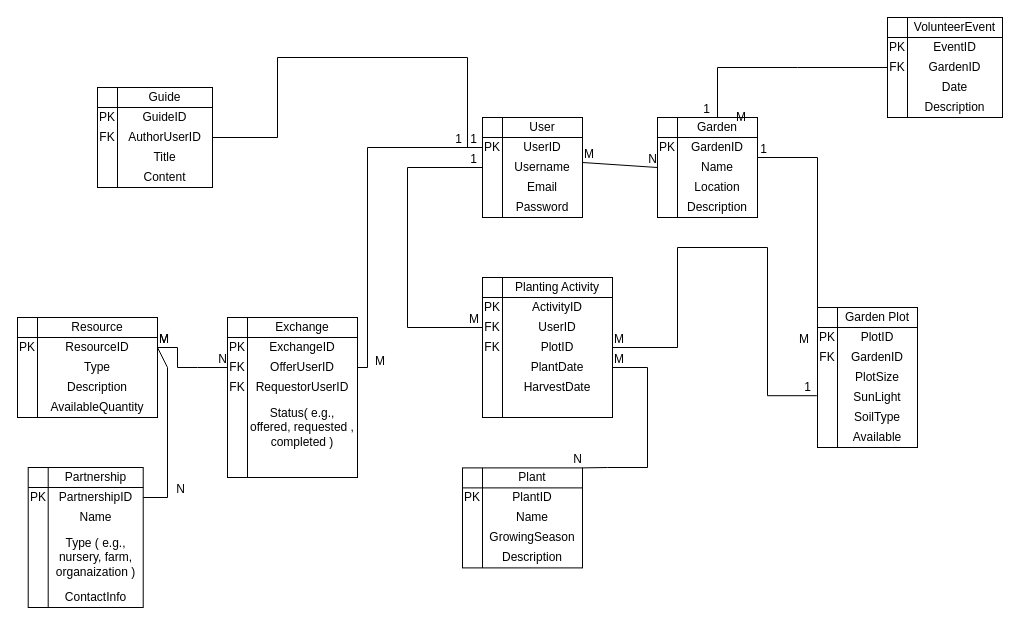
AbdullahSholi/Advanced_Software_Engineering_Project keeps this draw.io diagram as db.drawio. Above is the earlier version. Source tidied: cells renumbered, new cells numbered last; positions are measured from the earlier drawing's top-left corner, leaving out a move shared by most shapes. Both pictures are drawn from the tidied source at 100%, with x=0, y=0 at pixel (17, 17).
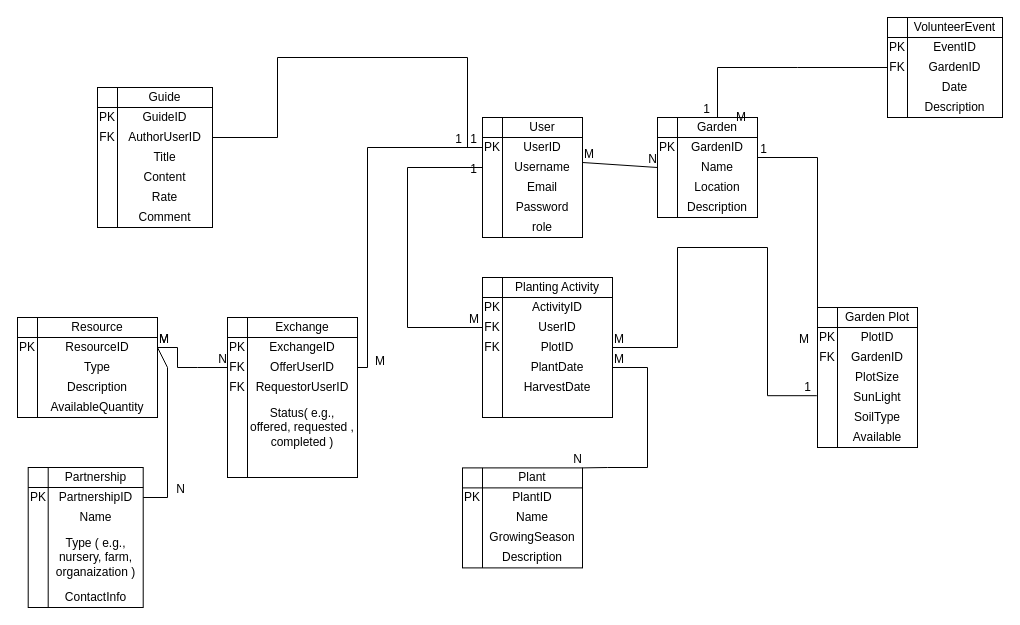
After the change.

Commit message (it also covers changes not shown here):
Completed Tasks: 1) Add Role to database ( change from local database(simple array) to mysql database(table))

Diff of the diagram source:
```diff
@@
     <mxCell id="2" style="shape=internalStorage;whiteSpace=wrap;html=1;backgroundOutline=1;dx=20;dy=20;" parent="1" vertex="1">
-      <mxGeometry x="465" y="100" width="100" height="100" as="geometry" />
+      <mxGeometry x="465" y="100" width="100" height="120" as="geometry" />
     </mxCell>
@@
     <mxCell id="74" style="shape=internalStorage;whiteSpace=wrap;html=1;backgroundOutline=1;dx=20;dy=20;" parent="1" vertex="1">
-      <mxGeometry x="80" y="70" width="115" height="100" as="geometry" />
+      <mxGeometry x="80" y="70" width="115" height="140" as="geometry" />
     </mxCell>
@@
+    <mxCell id="111" value="Rate" style="text;html=1;strokeColor=none;fillColor=none;align=center;verticalAlign=middle;whiteSpace=wrap;rounded=0;" parent="1" vertex="1">
+      <mxGeometry x="100" y="170" width="95" height="20" as="geometry" />
+    </mxCell>
+    <mxCell id="112" value="Comment" style="text;html=1;strokeColor=none;fillColor=none;align=center;verticalAlign=middle;whiteSpace=wrap;rounded=0;" parent="1" vertex="1">
+      <mxGeometry x="100" y="190" width="95" height="20" as="geometry" />
+    </mxCell>
+    <mxCell id="113" value="role" style="text;html=1;strokeColor=none;fillColor=none;align=center;verticalAlign=middle;whiteSpace=wrap;rounded=0;" parent="1" vertex="1">
+      <mxGeometry x="485" y="200" width="80" height="20" as="geometry" />
+    </mxCell>
```
